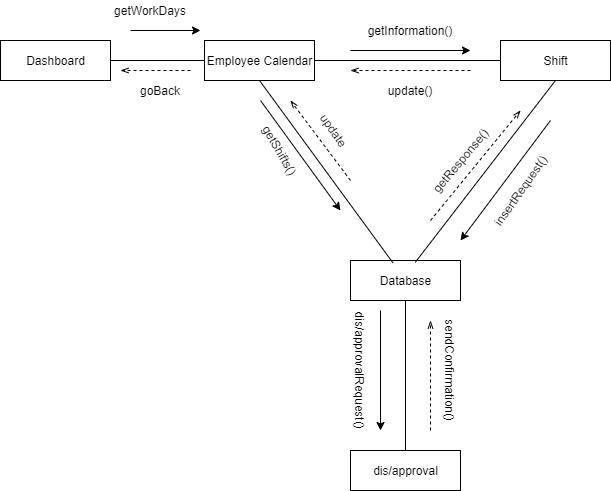
Above: Diagrams/Collaboration Diagrams/COL_14_15_16_Changeshift-Accept-Reject Employee Request.png in kkasharaj17/SE-project (draw.io), before the change. Source tidied: cells renumbered, new cells last; positions are measured from the earlier drawing's top-left corner, leaving out a move shared by most shapes.
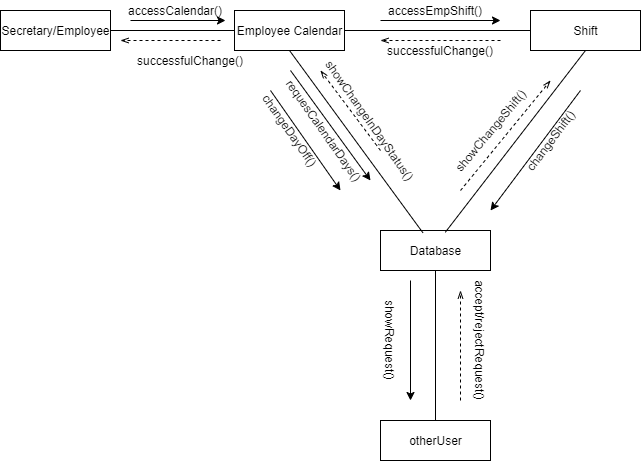
After the change.

What changed in the source:
```diff
@@ -2,8 +2,8 @@
   <root>
     <mxCell id="0" />
     <mxCell id="1" parent="0" />
-    <mxCell id="2" value="Dashboard" style="html=1;" parent="1" vertex="1">
-      <mxGeometry y="40" width="110" height="40" as="geometry" />
+    <mxCell id="2" value="Secretary/Employee" style="html=1;" parent="1" vertex="1">
+      <mxGeometry x="-30" y="40" width="110" height="40" as="geometry" />
     </mxCell>
     <mxCell id="3" value="Employee Calendar" style="html=1;" parent="1" vertex="1">
       <mxGeometry x="204" y="40" width="110" height="40" as="geometry" />
@@ -11,7 +11,7 @@
     <mxCell id="4" style="endArrow=none;html=1;exitX=1;exitY=0.5;exitDx=0;exitDy=0;entryX=0;entryY=0.5;entryDx=0;entryDy=0;" parent="1" edge="1" source="2" target="3">
       <mxGeometry relative="1" as="geometry" />
     </mxCell>
-    <mxCell id="5" value="dis/approval" style="html=1;" parent="1" vertex="1">
+    <mxCell id="5" value="otherUser" style="html=1;" parent="1" vertex="1">
       <mxGeometry x="350" y="450" width="110" height="40" as="geometry" />
     </mxCell>
     <mxCell id="6" value="Database" style="html=1;" parent="1" vertex="1">
@@ -25,12 +25,12 @@
     </mxCell>
     <mxCell id="9" style="endArrow=classic;html=1;" parent="1" edge="1">
       <mxGeometry relative="1" as="geometry">
-        <mxPoint x="130" y="30" as="sourcePoint" />
-        <mxPoint x="200" y="30" as="targetPoint" />
+        <mxPoint x="100" y="50" as="sourcePoint" />
+        <mxPoint x="195" y="50" as="targetPoint" />
       </mxGeometry>
     </mxCell>
-    <mxCell id="10" value="getWorkDays" style="text;html=1;strokeColor=none;fillColor=none;align=center;verticalAlign=middle;whiteSpace=wrap;rounded=0;rotation=0;" parent="1" vertex="1">
-      <mxGeometry x="130" width="40" height="20" as="geometry" />
+    <mxCell id="10" value="accessCalendar()" style="text;html=1;strokeColor=none;fillColor=none;align=center;verticalAlign=middle;whiteSpace=wrap;rounded=0;rotation=0;" parent="1" vertex="1">
+      <mxGeometry x="110" y="30" width="70" height="20" as="geometry" />
     </mxCell>
     <mxCell id="11" style="endArrow=classic;html=1;" parent="1" edge="1">
       <mxGeometry relative="1" as="geometry">
@@ -38,11 +38,11 @@
         <mxPoint x="380" y="430" as="targetPoint" />
       </mxGeometry>
     </mxCell>
-    <mxCell id="12" value="dis/approvalRequest()" style="text;html=1;strokeColor=none;fillColor=none;align=center;verticalAlign=middle;whiteSpace=wrap;rounded=0;rotation=90;" parent="1" vertex="1">
+    <mxCell id="12" value="showRequest()" style="text;html=1;strokeColor=none;fillColor=none;align=center;verticalAlign=middle;whiteSpace=wrap;rounded=0;rotation=90;" parent="1" vertex="1">
       <mxGeometry x="340" y="360" width="40" height="20" as="geometry" />
     </mxCell>
-    <mxCell id="13" value="getInformation()" style="text;html=1;strokeColor=none;fillColor=none;align=center;verticalAlign=middle;whiteSpace=wrap;rounded=0;rotation=0;" parent="1" vertex="1">
-      <mxGeometry x="390" y="20" width="40" height="20" as="geometry" />
+    <mxCell id="13" value="requesCalendarDays()" style="text;html=1;strokeColor=none;fillColor=none;align=center;verticalAlign=middle;whiteSpace=wrap;rounded=0;rotation=55;" parent="1" vertex="1">
+      <mxGeometry x="274" y="150" width="40" height="20" as="geometry" />
     </mxCell>
     <mxCell id="14" style="endArrow=classic;html=1;" parent="1" edge="1">
       <mxGeometry relative="1" as="geometry">
@@ -65,7 +65,7 @@
     <mxCell id="18" style="endArrow=none;html=1;entryX=0.5;entryY=1;entryDx=0;entryDy=0;exitX=0.5;exitY=0;exitDx=0;exitDy=0;" parent="1" edge="1" source="5" target="6">
       <mxGeometry relative="1" as="geometry" />
     </mxCell>
-    <mxCell id="19" value="sendConfirmation()" style="text;html=1;strokeColor=none;fillColor=none;align=center;verticalAlign=middle;whiteSpace=wrap;rounded=0;rotation=90;" parent="1" vertex="1">
+    <mxCell id="19" value="accept/rejectRequest()" style="text;html=1;strokeColor=none;fillColor=none;align=center;verticalAlign=middle;whiteSpace=wrap;rounded=0;rotation=90;" parent="1" vertex="1">
       <mxGeometry x="430" y="360" width="40" height="20" as="geometry" />
     </mxCell>
     <mxCell id="20" style="endArrow=classic;html=1;" parent="1" edge="1">
@@ -74,16 +74,13 @@
         <mxPoint x="460" y="240" as="targetPoint" />
       </mxGeometry>
     </mxCell>
-    <mxCell id="21" value="insertRequest()" style="text;html=1;strokeColor=none;fillColor=none;align=center;verticalAlign=middle;whiteSpace=wrap;rounded=0;rotation=-55;" parent="1" vertex="1">
-      <mxGeometry x="500" y="180" width="40" height="20" as="geometry" />
-    </mxCell>
     <mxCell id="22" style="endArrow=openThin;html=1;dashed=1;endFill=0;" parent="1" edge="1">
       <mxGeometry relative="1" as="geometry">
         <mxPoint x="430" y="220" as="sourcePoint" />
         <mxPoint x="520" y="110" as="targetPoint" />
       </mxGeometry>
     </mxCell>
-    <mxCell id="23" value="getResponse()" style="text;html=1;strokeColor=none;fillColor=none;align=center;verticalAlign=middle;whiteSpace=wrap;rounded=0;rotation=-50;" parent="1" vertex="1">
+    <mxCell id="23" value="showChangeShift()" style="text;html=1;strokeColor=none;fillColor=none;align=center;verticalAlign=middle;whiteSpace=wrap;rounded=0;rotation=-50;" parent="1" vertex="1">
       <mxGeometry x="440" y="150" width="40" height="20" as="geometry" />
     </mxCell>
     <mxCell id="24" style="endArrow=openThin;html=1;dashed=1;endFill=0;" parent="1" edge="1">
@@ -92,21 +89,18 @@
         <mxPoint x="350" y="70" as="targetPoint" />
       </mxGeometry>
     </mxCell>
-    <mxCell id="25" value="update()" style="text;html=1;strokeColor=none;fillColor=none;align=center;verticalAlign=middle;whiteSpace=wrap;rounded=0;" parent="1" vertex="1">
-      <mxGeometry x="390" y="80" width="40" height="20" as="geometry" />
+    <mxCell id="25" value="successfulChange()" style="text;html=1;strokeColor=none;fillColor=none;align=center;verticalAlign=middle;whiteSpace=wrap;rounded=0;" parent="1" vertex="1">
+      <mxGeometry x="390" y="70" width="40" height="20" as="geometry" />
     </mxCell>
-    <mxCell id="26" value="goBack" style="text;html=1;strokeColor=none;fillColor=none;align=center;verticalAlign=middle;whiteSpace=wrap;rounded=0;" parent="1" vertex="1">
+    <mxCell id="26" value="successfulChange()" style="text;html=1;strokeColor=none;fillColor=none;align=center;verticalAlign=middle;whiteSpace=wrap;rounded=0;" parent="1" vertex="1">
       <mxGeometry x="140" y="80" width="40" height="20" as="geometry" />
     </mxCell>
     <mxCell id="27" style="endArrow=openThin;html=1;dashed=1;endFill=0;" parent="1" edge="1">
       <mxGeometry relative="1" as="geometry">
         <mxPoint x="190" y="70" as="sourcePoint" />
-        <mxPoint x="120" y="70" as="targetPoint" />
+        <mxPoint x="90" y="70" as="targetPoint" />
       </mxGeometry>
     </mxCell>
-    <mxCell id="28" value="getShifts()" style="text;html=1;strokeColor=none;fillColor=none;align=center;verticalAlign=middle;whiteSpace=wrap;rounded=0;rotation=60;" parent="1" vertex="1">
-      <mxGeometry x="260" y="140" width="40" height="20" as="geometry" />
-    </mxCell>
     <mxCell id="29" style="endArrow=classic;html=1;" parent="1" edge="1">
       <mxGeometry relative="1" as="geometry">
         <mxPoint x="260" y="100" as="sourcePoint" />
@@ -119,8 +113,23 @@
         <mxPoint x="290" y="100" as="targetPoint" />
       </mxGeometry>
     </mxCell>
-    <mxCell id="31" value="update" style="text;html=1;strokeColor=none;fillColor=none;align=center;verticalAlign=middle;whiteSpace=wrap;rounded=0;rotation=55;" parent="1" vertex="1">
-      <mxGeometry x="314" y="120" width="40" height="20" as="geometry" />
+    <mxCell id="31" value="showChangeInDayStatus()" style="text;html=1;strokeColor=none;fillColor=none;align=center;verticalAlign=middle;whiteSpace=wrap;rounded=0;rotation=55;" parent="1" vertex="1">
+      <mxGeometry x="320" y="140" width="40" height="20" as="geometry" />
     </mxCell>
+    <mxCell id="32" value="changeShift()" style="text;html=1;strokeColor=none;fillColor=none;align=center;verticalAlign=middle;whiteSpace=wrap;rounded=0;rotation=-53;" parent="1" vertex="1">
+      <mxGeometry x="500" y="160" width="40" height="20" as="geometry" />
+    </mxCell>
+    <mxCell id="33" style="endArrow=classic;html=1;" parent="1" edge="1">
+      <mxGeometry relative="1" as="geometry">
+        <mxPoint x="240" y="120" as="sourcePoint" />
+        <mxPoint x="310" y="220" as="targetPoint" />
+      </mxGeometry>
+    </mxCell>
+    <mxCell id="34" value="changeDayOff()" style="text;html=1;strokeColor=none;fillColor=none;align=center;verticalAlign=middle;whiteSpace=wrap;rounded=0;rotation=55;" parent="1" vertex="1">
+      <mxGeometry x="240" y="150" width="40" height="20" as="geometry" />
+    </mxCell>
+    <mxCell id="35" value="accessEmpShift()" style="text;html=1;strokeColor=none;fillColor=none;align=center;verticalAlign=middle;whiteSpace=wrap;rounded=0;" parent="1" vertex="1">
+      <mxGeometry x="385" y="30" width="40" height="20" as="geometry" />
+    </mxCell>
   </root>
 </mxGraphModel>
```
